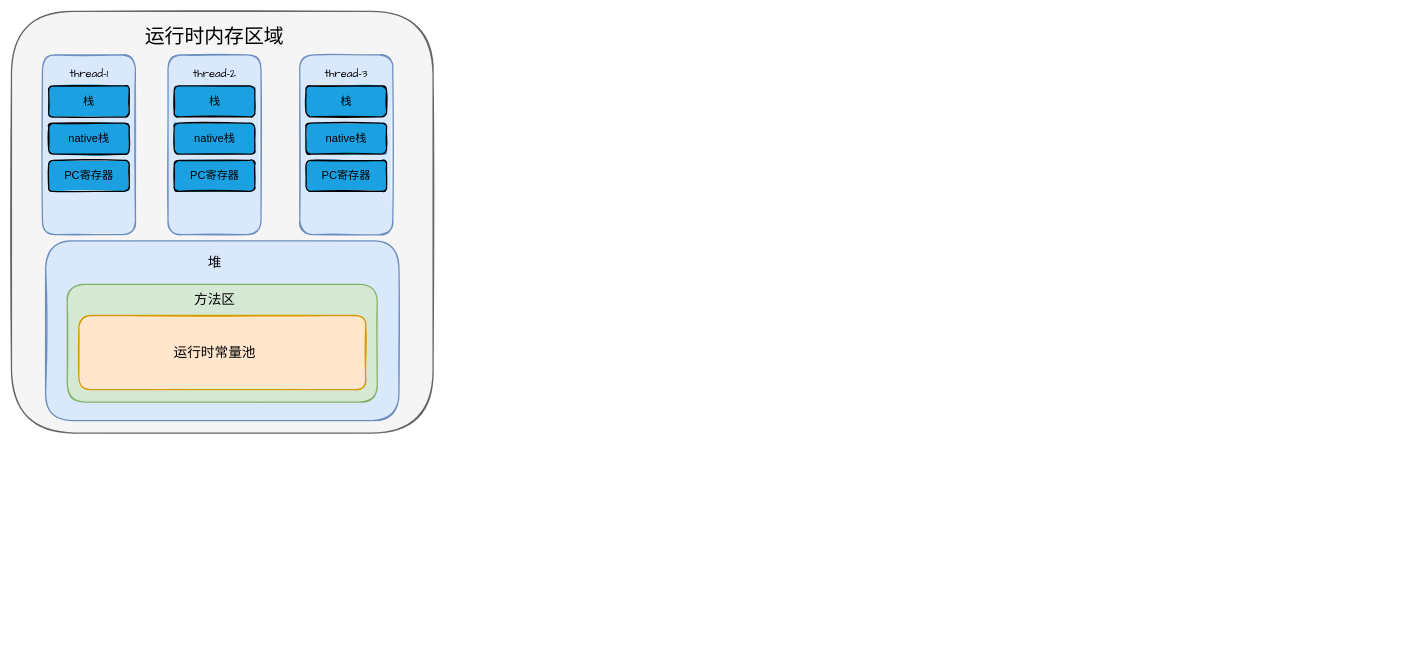
The draw.io diagram interview_questions/未命名绘图.drawio in Nortyr/monk_note, before the edit. Source tidied: cells renumbered, new cells numbered last; positions are measured from the earlier drawing's top-left corner, leaving out a move shared by most shapes. Both pictures are drawn from the tidied source at 62%, with x=0, y=0 at pixel (11, 11).
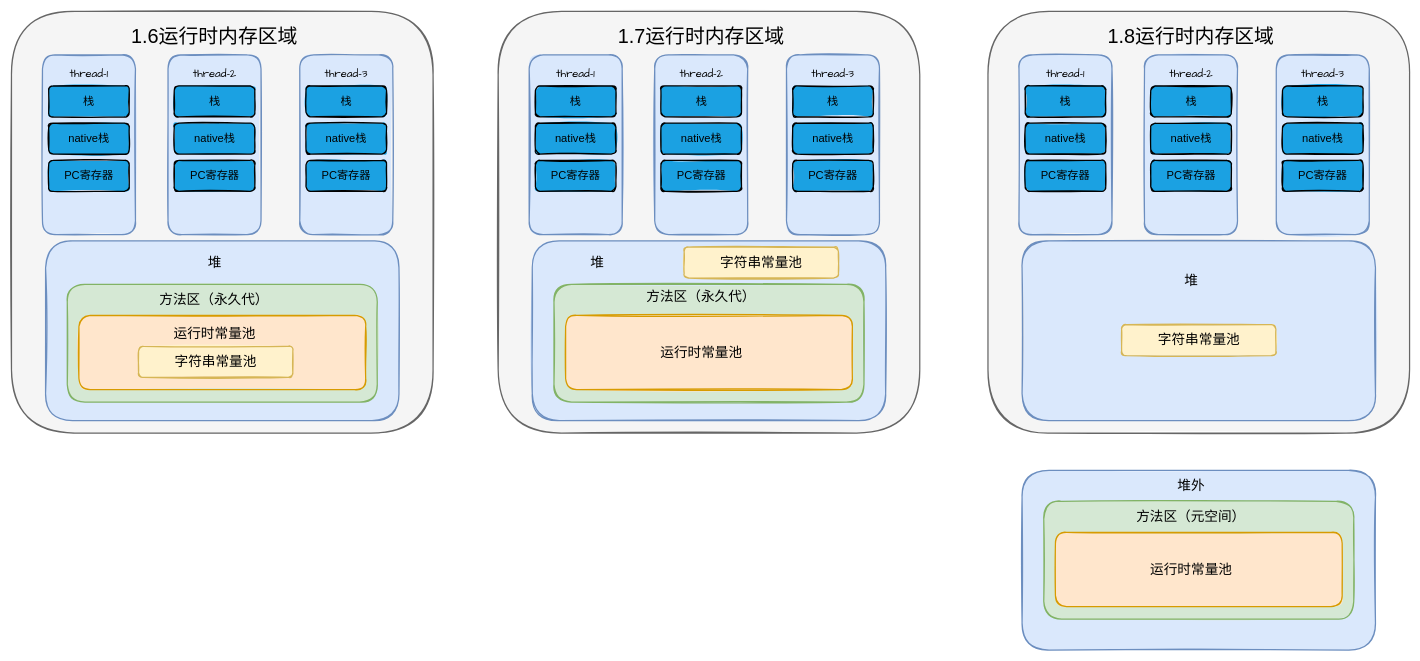
Above is the later version.

What changed in the source:
```diff
@@
+    <mxCell id="25" style="rounded=1;whiteSpace=wrap;html=1;strokeWidth=2;fillWeight=4;hachureGap=8;hachureAngle=45;fillColor=#dae8fc;sketch=1;fillStyle=solid;strokeColor=#6c8ebf;" parent="1" vertex="1">
+      <mxGeometry x="1630" y="740" width="570" height="290" as="geometry" />
+    </mxCell>
@@
-    <mxCell id="11" value="方法区" style="text;html=1;strokeColor=none;fillColor=none;align=center;verticalAlign=middle;whiteSpace=wrap;rounded=0;fontSize=22;" parent="1" vertex="1">
-      <mxGeometry x="268.8" y="450" width="117.5" height="30" as="geometry" />
+    <mxCell id="11" value="方法区（永久代）" style="text;html=1;strokeColor=none;fillColor=none;align=center;verticalAlign=middle;whiteSpace=wrap;rounded=0;fontSize=22;" parent="1" vertex="1">
+      <mxGeometry x="219.4" y="455" width="216.2" height="20" as="geometry" />
     </mxCell>
@@
     <mxCell id="13" value="运行时常量池" style="text;html=1;strokeColor=none;fillColor=none;align=center;verticalAlign=middle;whiteSpace=wrap;rounded=0;fontSize=22;" parent="1" vertex="1">
-      <mxGeometry x="223.8" y="535" width="207.5" height="30" as="geometry" />
+      <mxGeometry x="223.8" y="505" width="207.5" height="30" as="geometry" />
     </mxCell>
-    <mxCell id="14" value="运行时内存区域" style="text;html=1;strokeColor=none;fillColor=none;align=center;verticalAlign=middle;whiteSpace=wrap;rounded=0;fontSize=32;" parent="1" vertex="1">
-      <mxGeometry x="200" y="30" width="255" height="20" as="geometry" />
+    <mxCell id="14" value="1.6运行时内存区域" style="text;html=1;strokeColor=none;fillColor=none;align=center;verticalAlign=middle;whiteSpace=wrap;rounded=0;fontSize=32;" parent="1" vertex="1">
+      <mxGeometry x="175" y="30" width="305" height="20" as="geometry" />
     </mxCell>
@@
+    <mxCell id="26" style="rounded=1;whiteSpace=wrap;html=1;strokeWidth=2;fillWeight=4;hachureGap=8;hachureAngle=45;fillColor=#f5f5f5;sketch=1;fillStyle=solid;fontColor=#333333;strokeColor=#666666;" parent="1" vertex="1">
+      <mxGeometry x="785" width="680" height="680" as="geometry" />
+    </mxCell>
+    <mxCell id="27" style="rounded=1;whiteSpace=wrap;html=1;strokeWidth=2;fillWeight=4;hachureGap=8;hachureAngle=45;fillColor=#dae8fc;sketch=1;fillStyle=solid;strokeColor=#6c8ebf;" parent="1" vertex="1">
+      <mxGeometry x="835" y="70" width="150" height="290" as="geometry" />
+    </mxCell>
+    <mxCell id="28" value="&lt;font face=&quot;Comic Sans MS&quot; style=&quot;font-size: 18px;&quot;&gt;thread-1&lt;/font&gt;" style="text;html=1;strokeColor=none;fillColor=none;align=center;verticalAlign=middle;whiteSpace=wrap;rounded=0;fontSize=18;" parent="1" vertex="1">
+      <mxGeometry x="850" y="90" width="120" height="20" as="geometry" />
+    </mxCell>
+    <mxCell id="29" value="栈" style="rounded=1;whiteSpace=wrap;html=1;strokeWidth=2;fillWeight=4;hachureGap=8;hachureAngle=45;fillColor=#1ba1e2;sketch=1;fillStyle=solid;fontSize=18;" parent="1" vertex="1">
+      <mxGeometry x="845" y="120" width="130" height="50" as="geometry" />
+    </mxCell>
+    <mxCell id="30" value="native栈" style="rounded=1;whiteSpace=wrap;html=1;strokeWidth=2;fillWeight=4;hachureGap=8;hachureAngle=45;fillColor=#1ba1e2;sketch=1;fillStyle=solid;fontSize=18;" parent="1" vertex="1">
+      <mxGeometry x="845" y="180" width="130" height="50" as="geometry" />
+    </mxCell>
+    <mxCell id="31" value="PC寄存器" style="rounded=1;whiteSpace=wrap;html=1;strokeWidth=2;fillWeight=4;hachureGap=8;hachureAngle=45;fillColor=#1ba1e2;sketch=1;fillStyle=solid;fontSize=18;" parent="1" vertex="1">
+      <mxGeometry x="845" y="240" width="130" height="50" as="geometry" />
+    </mxCell>
+    <mxCell id="32" style="rounded=1;whiteSpace=wrap;html=1;strokeWidth=2;fillWeight=4;hachureGap=8;hachureAngle=45;fillColor=#dae8fc;sketch=1;fillStyle=solid;strokeColor=#6c8ebf;" parent="1" vertex="1">
+      <mxGeometry x="840" y="370" width="570" height="290" as="geometry" />
+    </mxCell>
+    <mxCell id="33" value="堆" style="text;html=1;strokeColor=none;fillColor=none;align=center;verticalAlign=middle;whiteSpace=wrap;rounded=0;fontSize=22;" parent="1" vertex="1">
+      <mxGeometry x="915" y="390" width="60" height="30" as="geometry" />
+    </mxCell>
+    <mxCell id="34" style="rounded=1;whiteSpace=wrap;html=1;strokeWidth=2;fillWeight=4;hachureGap=8;hachureAngle=45;fillColor=#d5e8d4;sketch=1;fillStyle=solid;strokeColor=#82b366;" parent="1" vertex="1">
+      <mxGeometry x="875" y="440" width="500" height="190" as="geometry" />
+    </mxCell>
+    <mxCell id="35" value="方法区（永久代）" style="text;html=1;strokeColor=none;fillColor=none;align=center;verticalAlign=middle;whiteSpace=wrap;rounded=0;fontSize=22;" parent="1" vertex="1">
+      <mxGeometry x="986.9" y="450" width="251.2" height="20" as="geometry" />
+    </mxCell>
+    <mxCell id="36" style="rounded=1;whiteSpace=wrap;html=1;strokeWidth=2;fillWeight=4;hachureGap=8;hachureAngle=45;fillColor=#ffe6cc;sketch=1;fillStyle=solid;strokeColor=#d79b00;" parent="1" vertex="1">
+      <mxGeometry x="893.8" y="490" width="462.5" height="120" as="geometry" />
+    </mxCell>
+    <mxCell id="37" value="运行时常量池" style="text;html=1;strokeColor=none;fillColor=none;align=center;verticalAlign=middle;whiteSpace=wrap;rounded=0;fontSize=22;" parent="1" vertex="1">
+      <mxGeometry x="1008.8" y="535" width="207.5" height="30" as="geometry" />
+    </mxCell>
+    <mxCell id="38" style="rounded=1;whiteSpace=wrap;html=1;strokeWidth=2;fillWeight=4;hachureGap=8;hachureAngle=45;fillColor=#dae8fc;sketch=1;fillStyle=solid;strokeColor=#6c8ebf;" parent="1" vertex="1">
+      <mxGeometry x="1037.5" y="70" width="150" height="290" as="geometry" />
+    </mxCell>
+    <mxCell id="39" value="&lt;font face=&quot;Comic Sans MS&quot; style=&quot;font-size: 18px;&quot;&gt;thread-2&lt;/font&gt;" style="text;html=1;strokeColor=none;fillColor=none;align=center;verticalAlign=middle;whiteSpace=wrap;rounded=0;fontSize=18;" parent="1" vertex="1">
+      <mxGeometry x="1052.5" y="90" width="120" height="20" as="geometry" />
+    </mxCell>
+    <mxCell id="40" value="栈" style="rounded=1;whiteSpace=wrap;html=1;strokeWidth=2;fillWeight=4;hachureGap=8;hachureAngle=45;fillColor=#1ba1e2;sketch=1;fillStyle=solid;fontSize=18;" parent="1" vertex="1">
+      <mxGeometry x="1047.5" y="120" width="130" height="50" as="geometry" />
+    </mxCell>
+    <mxCell id="41" value="native栈" style="rounded=1;whiteSpace=wrap;html=1;strokeWidth=2;fillWeight=4;hachureGap=8;hachureAngle=45;fillColor=#1ba1e2;sketch=1;fillStyle=solid;fontSize=18;" parent="1" vertex="1">
+      <mxGeometry x="1047.5" y="180" width="130" height="50" as="geometry" />
+    </mxCell>
+    <mxCell id="42" value="PC寄存器" style="rounded=1;whiteSpace=wrap;html=1;strokeWidth=2;fillWeight=4;hachureGap=8;hachureAngle=45;fillColor=#1ba1e2;sketch=1;fillStyle=solid;fontSize=18;" parent="1" vertex="1">
+      <mxGeometry x="1047.5" y="240" width="130" height="50" as="geometry" />
+    </mxCell>
+    <mxCell id="43" style="rounded=1;whiteSpace=wrap;html=1;strokeWidth=2;fillWeight=4;hachureGap=8;hachureAngle=45;fillColor=#dae8fc;sketch=1;fillStyle=solid;strokeColor=#6c8ebf;" parent="1" vertex="1">
+      <mxGeometry x="1250" y="70" width="150" height="290" as="geometry" />
+    </mxCell>
+    <mxCell id="44" value="&lt;font face=&quot;Comic Sans MS&quot; style=&quot;font-size: 18px;&quot;&gt;thread-3&lt;br&gt;&lt;/font&gt;" style="text;html=1;strokeColor=none;fillColor=none;align=center;verticalAlign=middle;whiteSpace=wrap;rounded=0;fontSize=18;" parent="1" vertex="1">
+      <mxGeometry x="1265" y="90" width="120" height="20" as="geometry" />
+    </mxCell>
+    <mxCell id="45" value="栈" style="rounded=1;whiteSpace=wrap;html=1;strokeWidth=2;fillWeight=4;hachureGap=8;hachureAngle=45;fillColor=#1ba1e2;sketch=1;fillStyle=solid;fontSize=18;" parent="1" vertex="1">
+      <mxGeometry x="1260" y="120" width="130" height="50" as="geometry" />
+    </mxCell>
+    <mxCell id="46" value="native栈" style="rounded=1;whiteSpace=wrap;html=1;strokeWidth=2;fillWeight=4;hachureGap=8;hachureAngle=45;fillColor=#1ba1e2;sketch=1;fillStyle=solid;fontSize=18;" parent="1" vertex="1">
+      <mxGeometry x="1260" y="180" width="130" height="50" as="geometry" />
+    </mxCell>
+    <mxCell id="47" value="PC寄存器" style="rounded=1;whiteSpace=wrap;html=1;strokeWidth=2;fillWeight=4;hachureGap=8;hachureAngle=45;fillColor=#1ba1e2;sketch=1;fillStyle=solid;fontSize=18;" parent="1" vertex="1">
+      <mxGeometry x="1260" y="240" width="130" height="50" as="geometry" />
+    </mxCell>
+    <mxCell id="48" value="1.7运行时内存区域" style="text;html=1;strokeColor=none;fillColor=none;align=center;verticalAlign=middle;whiteSpace=wrap;rounded=0;fontSize=32;" parent="1" vertex="1">
+      <mxGeometry x="960" y="30" width="305" height="20" as="geometry" />
+    </mxCell>
+    <mxCell id="49" style="rounded=1;whiteSpace=wrap;html=1;strokeWidth=2;fillWeight=4;hachureGap=8;hachureAngle=45;fillColor=#f5f5f5;sketch=1;fillStyle=solid;fontColor=#333333;strokeColor=#666666;" parent="1" vertex="1">
+      <mxGeometry x="1575" width="680" height="680" as="geometry" />
+    </mxCell>
+    <mxCell id="50" style="rounded=1;whiteSpace=wrap;html=1;strokeWidth=2;fillWeight=4;hachureGap=8;hachureAngle=45;fillColor=#dae8fc;sketch=1;fillStyle=solid;strokeColor=#6c8ebf;" parent="1" vertex="1">
+      <mxGeometry x="1625" y="70" width="150" height="290" as="geometry" />
+    </mxCell>
+    <mxCell id="51" value="&lt;font face=&quot;Comic Sans MS&quot; style=&quot;font-size: 18px;&quot;&gt;thread-1&lt;/font&gt;" style="text;html=1;strokeColor=none;fillColor=none;align=center;verticalAlign=middle;whiteSpace=wrap;rounded=0;fontSize=18;" parent="1" vertex="1">
+      <mxGeometry x="1640" y="90" width="120" height="20" as="geometry" />
+    </mxCell>
+    <mxCell id="52" value="栈" style="rounded=1;whiteSpace=wrap;html=1;strokeWidth=2;fillWeight=4;hachureGap=8;hachureAngle=45;fillColor=#1ba1e2;sketch=1;fillStyle=solid;fontSize=18;" parent="1" vertex="1">
+      <mxGeometry x="1635" y="120" width="130" height="50" as="geometry" />
+    </mxCell>
+    <mxCell id="53" value="native栈" style="rounded=1;whiteSpace=wrap;html=1;strokeWidth=2;fillWeight=4;hachureGap=8;hachureAngle=45;fillColor=#1ba1e2;sketch=1;fillStyle=solid;fontSize=18;" parent="1" vertex="1">
+      <mxGeometry x="1635" y="180" width="130" height="50" as="geometry" />
+    </mxCell>
+    <mxCell id="54" value="PC寄存器" style="rounded=1;whiteSpace=wrap;html=1;strokeWidth=2;fillWeight=4;hachureGap=8;hachureAngle=45;fillColor=#1ba1e2;sketch=1;fillStyle=solid;fontSize=18;" parent="1" vertex="1">
+      <mxGeometry x="1635" y="240" width="130" height="50" as="geometry" />
+    </mxCell>
+    <mxCell id="55" style="rounded=1;whiteSpace=wrap;html=1;strokeWidth=2;fillWeight=4;hachureGap=8;hachureAngle=45;fillColor=#dae8fc;sketch=1;fillStyle=solid;strokeColor=#6c8ebf;" parent="1" vertex="1">
+      <mxGeometry x="1630" y="370" width="570" height="290" as="geometry" />
+    </mxCell>
+    <mxCell id="56" value="堆" style="text;html=1;strokeColor=none;fillColor=none;align=center;verticalAlign=middle;whiteSpace=wrap;rounded=0;fontSize=22;" parent="1" vertex="1">
+      <mxGeometry x="1872.5" y="420" width="60" height="30" as="geometry" />
+    </mxCell>
+    <mxCell id="57" style="rounded=1;whiteSpace=wrap;html=1;strokeWidth=2;fillWeight=4;hachureGap=8;hachureAngle=45;fillColor=#d5e8d4;sketch=1;fillStyle=solid;strokeColor=#82b366;" parent="1" vertex="1">
+      <mxGeometry x="1665" y="790" width="500" height="190" as="geometry" />
+    </mxCell>
+    <mxCell id="58" value="方法区（元空间）" style="text;html=1;strokeColor=none;fillColor=none;align=center;verticalAlign=middle;whiteSpace=wrap;rounded=0;fontSize=22;" parent="1" vertex="1">
+      <mxGeometry x="1801.9" y="800" width="201.2" height="30" as="geometry" />
+    </mxCell>
+    <mxCell id="59" style="rounded=1;whiteSpace=wrap;html=1;strokeWidth=2;fillWeight=4;hachureGap=8;hachureAngle=45;fillColor=#ffe6cc;sketch=1;fillStyle=solid;strokeColor=#d79b00;" parent="1" vertex="1">
+      <mxGeometry x="1683.8" y="840" width="462.5" height="120" as="geometry" />
+    </mxCell>
+    <mxCell id="60" value="运行时常量池" style="text;html=1;strokeColor=none;fillColor=none;align=center;verticalAlign=middle;whiteSpace=wrap;rounded=0;fontSize=22;" parent="1" vertex="1">
+      <mxGeometry x="1798.8" y="885" width="207.5" height="30" as="geometry" />
+    </mxCell>
+    <mxCell id="61" style="rounded=1;whiteSpace=wrap;html=1;strokeWidth=2;fillWeight=4;hachureGap=8;hachureAngle=45;fillColor=#dae8fc;sketch=1;fillStyle=solid;strokeColor=#6c8ebf;" parent="1" vertex="1">
+      <mxGeometry x="1827.5" y="70" width="150" height="290" as="geometry" />
+    </mxCell>
+    <mxCell id="62" value="&lt;font face=&quot;Comic Sans MS&quot; style=&quot;font-size: 18px;&quot;&gt;thread-2&lt;/font&gt;" style="text;html=1;strokeColor=none;fillColor=none;align=center;verticalAlign=middle;whiteSpace=wrap;rounded=0;fontSize=18;" parent="1" vertex="1">
+      <mxGeometry x="1842.5" y="90" width="120" height="20" as="geometry" />
+    </mxCell>
+    <mxCell id="63" value="栈" style="rounded=1;whiteSpace=wrap;html=1;strokeWidth=2;fillWeight=4;hachureGap=8;hachureAngle=45;fillColor=#1ba1e2;sketch=1;fillStyle=solid;fontSize=18;" parent="1" vertex="1">
+      <mxGeometry x="1837.5" y="120" width="130" height="50" as="geometry" />
+    </mxCell>
+    <mxCell id="64" value="native栈" style="rounded=1;whiteSpace=wrap;html=1;strokeWidth=2;fillWeight=4;hachureGap=8;hachureAngle=45;fillColor=#1ba1e2;sketch=1;fillStyle=solid;fontSize=18;" parent="1" vertex="1">
+      <mxGeometry x="1837.5" y="180" width="130" height="50" as="geometry" />
+    </mxCell>
+    <mxCell id="65" value="PC寄存器" style="rounded=1;whiteSpace=wrap;html=1;strokeWidth=2;fillWeight=4;hachureGap=8;hachureAngle=45;fillColor=#1ba1e2;sketch=1;fillStyle=solid;fontSize=18;" parent="1" vertex="1">
+      <mxGeometry x="1837.5" y="240" width="130" height="50" as="geometry" />
+    </mxCell>
+    <mxCell id="66" style="rounded=1;whiteSpace=wrap;html=1;strokeWidth=2;fillWeight=4;hachureGap=8;hachureAngle=45;fillColor=#dae8fc;sketch=1;fillStyle=solid;strokeColor=#6c8ebf;" parent="1" vertex="1">
+      <mxGeometry x="2040" y="70" width="150" height="290" as="geometry" />
+    </mxCell>
+    <mxCell id="67" value="&lt;font face=&quot;Comic Sans MS&quot; style=&quot;font-size: 18px;&quot;&gt;thread-3&lt;br&gt;&lt;/font&gt;" style="text;html=1;strokeColor=none;fillColor=none;align=center;verticalAlign=middle;whiteSpace=wrap;rounded=0;fontSize=18;" parent="1" vertex="1">
+      <mxGeometry x="2055" y="90" width="120" height="20" as="geometry" />
+    </mxCell>
+    <mxCell id="68" value="栈" style="rounded=1;whiteSpace=wrap;html=1;strokeWidth=2;fillWeight=4;hachureGap=8;hachureAngle=45;fillColor=#1ba1e2;sketch=1;fillStyle=solid;fontSize=18;" parent="1" vertex="1">
+      <mxGeometry x="2050" y="120" width="130" height="50" as="geometry" />
+    </mxCell>
+    <mxCell id="69" value="native栈" style="rounded=1;whiteSpace=wrap;html=1;strokeWidth=2;fillWeight=4;hachureGap=8;hachureAngle=45;fillColor=#1ba1e2;sketch=1;fillStyle=solid;fontSize=18;" parent="1" vertex="1">
+      <mxGeometry x="2050" y="180" width="130" height="50" as="geometry" />
+    </mxCell>
+    <mxCell id="70" value="PC寄存器" style="rounded=1;whiteSpace=wrap;html=1;strokeWidth=2;fillWeight=4;hachureGap=8;hachureAngle=45;fillColor=#1ba1e2;sketch=1;fillStyle=solid;fontSize=18;" parent="1" vertex="1">
+      <mxGeometry x="2050" y="240" width="130" height="50" as="geometry" />
+    </mxCell>
+    <mxCell id="71" value="1.8运行时内存区域" style="text;html=1;strokeColor=none;fillColor=none;align=center;verticalAlign=middle;whiteSpace=wrap;rounded=0;fontSize=32;" parent="1" vertex="1">
+      <mxGeometry x="1750" y="30" width="305" height="20" as="geometry" />
+    </mxCell>
+    <mxCell id="72" value="&lt;font style=&quot;font-size: 22px;&quot;&gt;字符串常量池&lt;/font&gt;" style="rounded=1;whiteSpace=wrap;html=1;strokeWidth=2;fillWeight=4;hachureGap=8;hachureAngle=45;fillColor=#fff2cc;sketch=1;fillStyle=solid;strokeColor=#d6b656;" parent="1" vertex="1">
+      <mxGeometry x="205" y="540" width="248.8" height="50" as="geometry" />
+    </mxCell>
+    <mxCell id="73" value="&lt;font style=&quot;font-size: 22px;&quot;&gt;字符串常量池&lt;/font&gt;" style="rounded=1;whiteSpace=wrap;html=1;strokeWidth=2;fillWeight=4;hachureGap=8;hachureAngle=45;fillColor=#fff2cc;sketch=1;fillStyle=solid;strokeColor=#d6b656;" parent="1" vertex="1">
+      <mxGeometry x="1085" y="380" width="248.8" height="50" as="geometry" />
+    </mxCell>
+    <mxCell id="74" value="&lt;font style=&quot;font-size: 22px;&quot;&gt;字符串常量池&lt;/font&gt;" style="rounded=1;whiteSpace=wrap;html=1;strokeWidth=2;fillWeight=4;hachureGap=8;hachureAngle=45;fillColor=#fff2cc;sketch=1;fillStyle=solid;strokeColor=#d6b656;" parent="1" vertex="1">
+      <mxGeometry x="1790.6" y="505" width="248.8" height="50" as="geometry" />
+    </mxCell>
+    <mxCell id="75" value="堆外" style="text;html=1;strokeColor=none;fillColor=none;align=center;verticalAlign=middle;whiteSpace=wrap;rounded=0;fontSize=22;" parent="1" vertex="1">
+      <mxGeometry x="1872.5" y="750" width="60" height="30" as="geometry" />
+    </mxCell>
```
